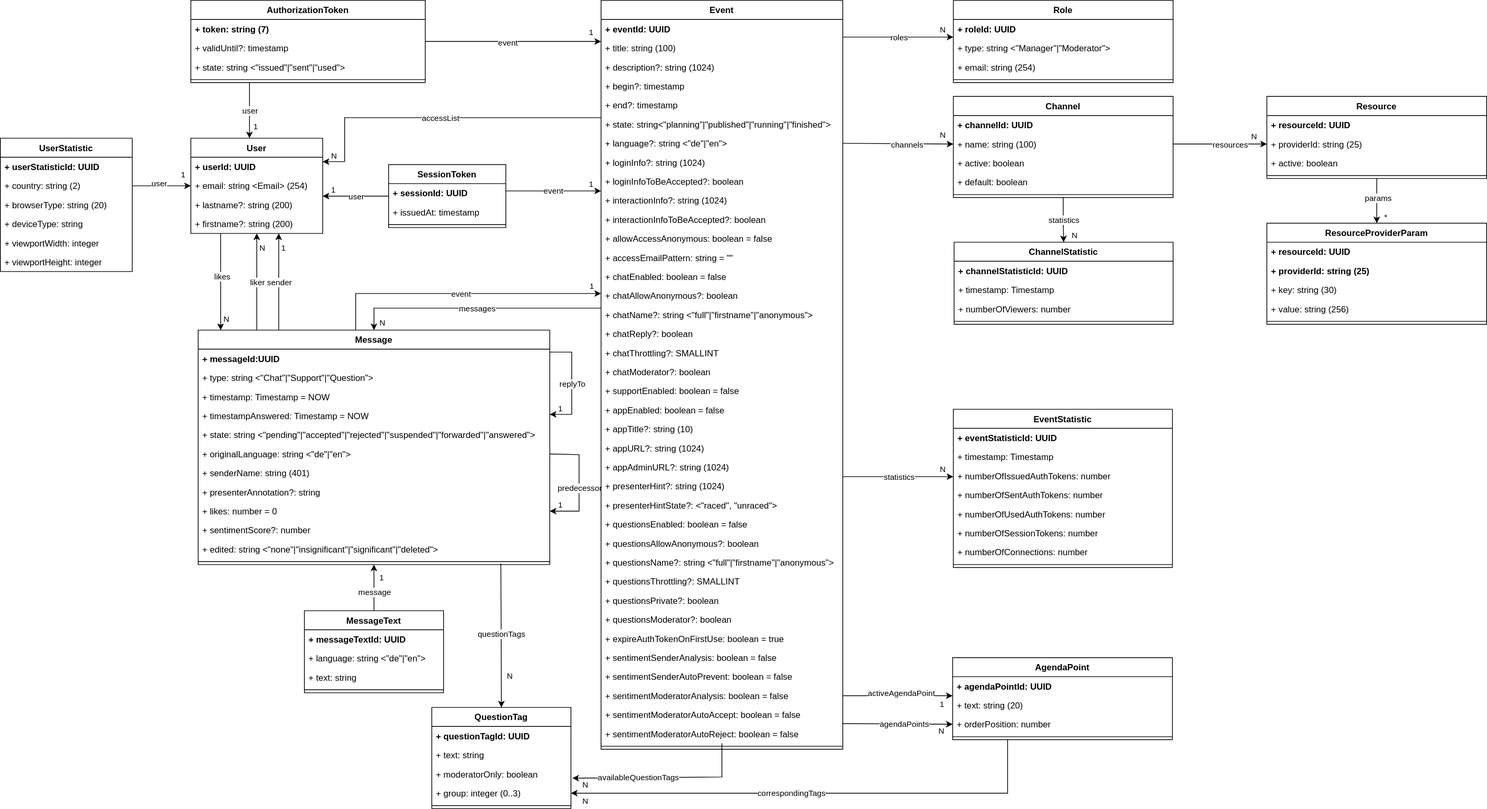
Before: doc/2-specification-datamodel.svg, a diagram exported from draw.io (rse/broadcast). Source tidied: cells renumbered, new cells last; positions are measured from the earlier drawing's top-left corner, leaving out a move shared by most shapes.
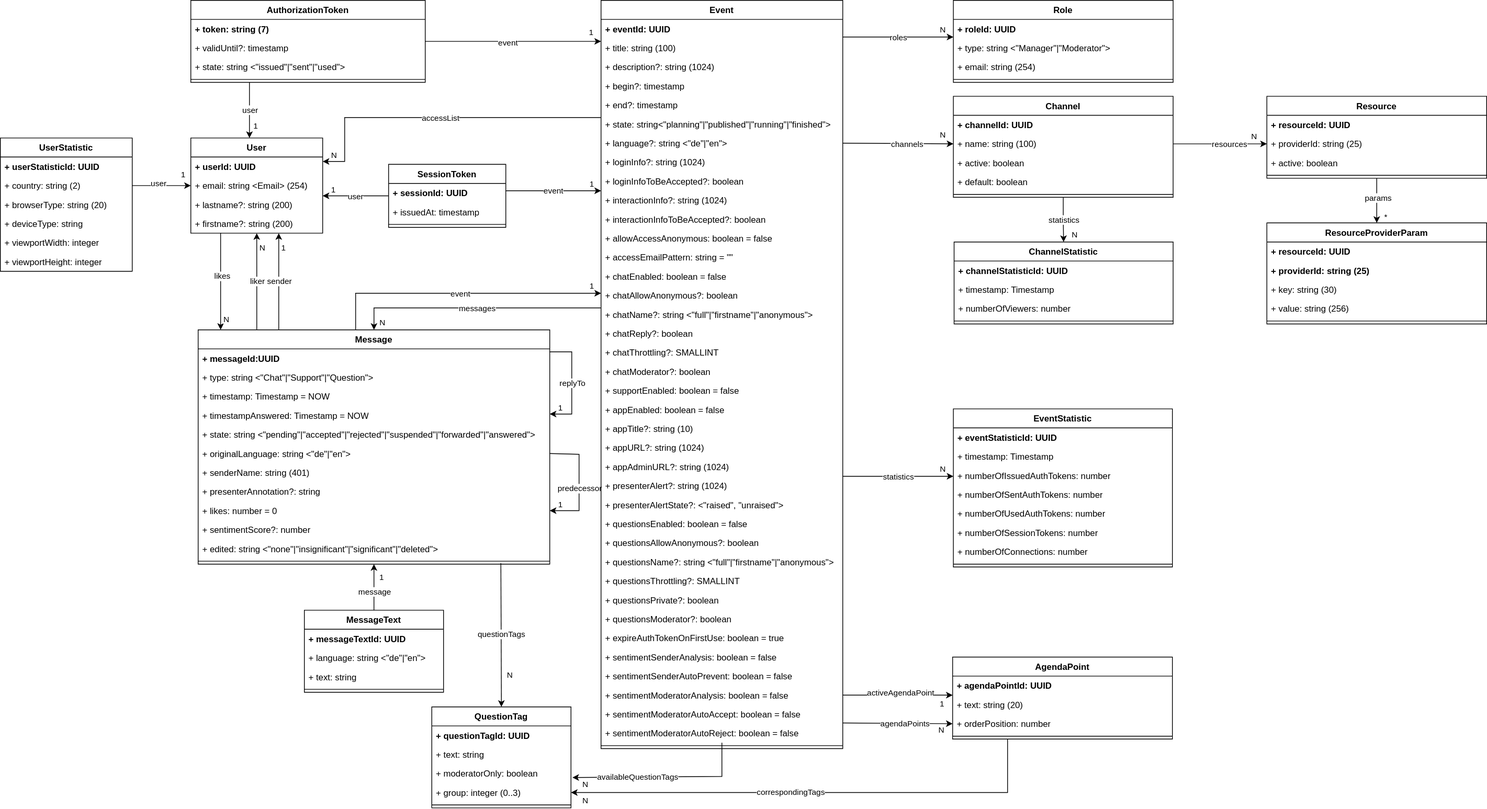
After the change.

Commit message:
renamed presenterHint to presenterAlert in datamodel

Diff of the diagram source:
```diff
@@ -340,10 +340,10 @@
     <mxCell id="94" value="+ appAdminURL?: string (1024)" style="text;strokeColor=none;fillColor=none;align=left;verticalAlign=top;spacingLeft=4;spacingRight=4;overflow=hidden;whiteSpace=wrap;html=1;" parent="70" vertex="1">
       <mxGeometry y="624" width="330" height="26" as="geometry" />
     </mxCell>
-    <mxCell id="95" value="+ presenterHint?: string (1024)" style="text;strokeColor=none;fillColor=none;align=left;verticalAlign=top;spacingLeft=4;spacingRight=4;overflow=hidden;whiteSpace=wrap;html=1;" parent="70" vertex="1">
+    <mxCell id="95" value="+ presenterAlert?: string (1024)" style="text;strokeColor=none;fillColor=none;align=left;verticalAlign=top;spacingLeft=4;spacingRight=4;overflow=hidden;whiteSpace=wrap;html=1;" parent="70" vertex="1">
       <mxGeometry y="650" width="330" height="26" as="geometry" />
     </mxCell>
-    <mxCell id="96" value="+ presenterHintState?: &amp;lt;&quot;raced&quot;, &quot;unraced&quot;&amp;gt;" style="text;strokeColor=none;fillColor=none;align=left;verticalAlign=top;spacingLeft=4;spacingRight=4;overflow=hidden;whiteSpace=wrap;html=1;" parent="70" vertex="1">
+    <mxCell id="96" value="+ presenterAlertState?: &amp;lt;&quot;raised&quot;, &quot;unraised&quot;&amp;gt;" style="text;strokeColor=none;fillColor=none;align=left;verticalAlign=top;spacingLeft=4;spacingRight=4;overflow=hidden;whiteSpace=wrap;html=1;" parent="70" vertex="1">
       <mxGeometry y="676" width="330" height="26" as="geometry" />
     </mxCell>
     <mxCell id="97" value="+ questionsEnabled: boolean = false" style="text;strokeColor=none;fillColor=none;align=left;verticalAlign=top;spacingLeft=4;spacingRight=4;overflow=hidden;whiteSpace=wrap;html=1;" parent="70" vertex="1">
```
